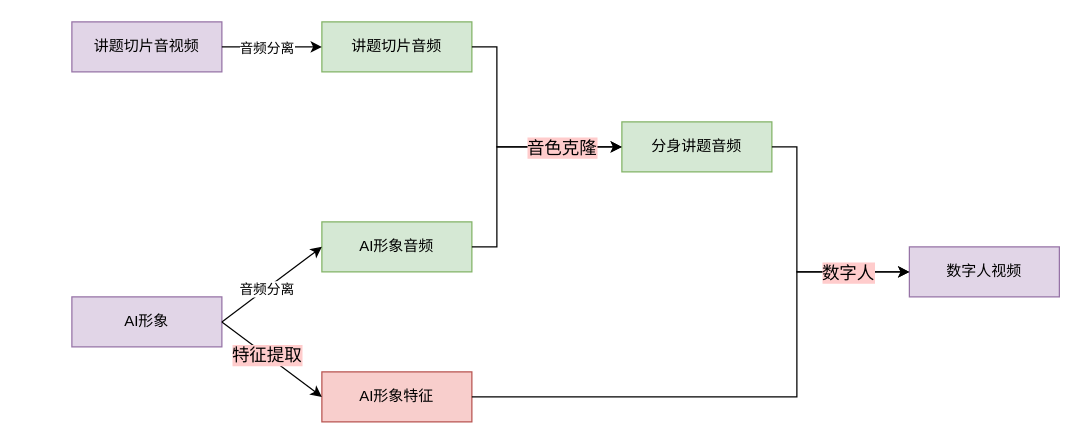
straicat/netdisk keeps this draw.io diagram as page "第 1 页" (1 of 4) of draw.io/数字人1.drawio. Above is the earlier version. Source tidied: cells renumbered, new cells numbered last; positions are measured from the earlier drawing's top-left corner, leaving out a move shared by most shapes. Both pictures are drawn from the tidied source at 125%, with x=0, y=0 at pixel (71, 21).
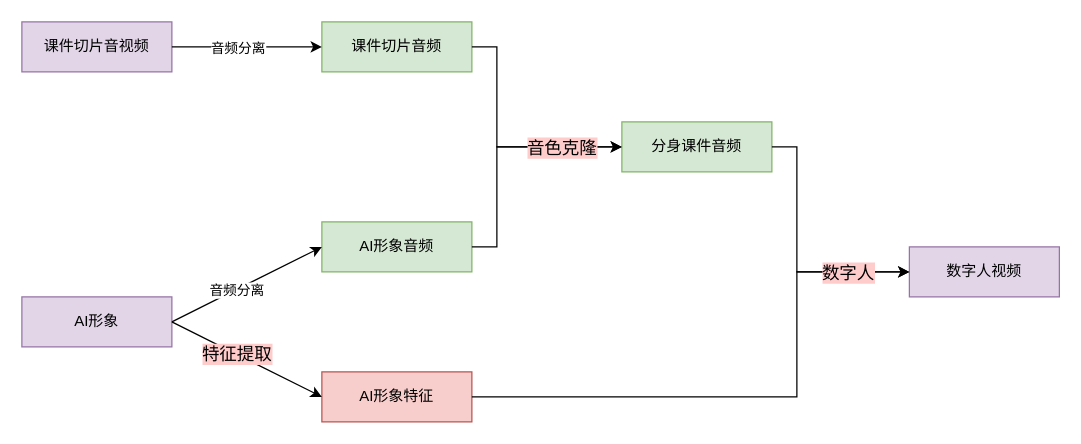
Above is the later version.

The edit, as a diff of the source:
```diff
@@
-    <mxCell id="2" value="讲题切片音视频" style="rounded=0;whiteSpace=wrap;html=1;fillColor=#e1d5e7;strokeColor=#9673a6;" parent="1" vertex="1">
-      <mxGeometry width="120" height="40" as="geometry" />
+    <mxCell id="2" value="课件切片音视频" style="rounded=0;whiteSpace=wrap;html=1;fillColor=#e1d5e7;strokeColor=#9673a6;" parent="1" vertex="1">
+      <mxGeometry x="-40" width="120" height="40" as="geometry" />
     </mxCell>
     <mxCell id="3" value="AI形象" style="rounded=0;whiteSpace=wrap;html=1;fillColor=#e1d5e7;strokeColor=#9673a6;" parent="1" vertex="1">
-      <mxGeometry y="220" width="120" height="40" as="geometry" />
+      <mxGeometry x="-40" y="220" width="120" height="40" as="geometry" />
     </mxCell>
@@
-    <mxCell id="5" value="讲题切片音频" style="rounded=0;whiteSpace=wrap;html=1;fillColor=#d5e8d4;strokeColor=#82b366;" parent="1" vertex="1">
+    <mxCell id="5" value="课件切片音频" style="rounded=0;whiteSpace=wrap;html=1;fillColor=#d5e8d4;strokeColor=#82b366;" parent="1" vertex="1">
       <mxGeometry x="200" width="120" height="40" as="geometry" />
     </mxCell>
-    <mxCell id="6" value="分身讲题音频" style="rounded=0;whiteSpace=wrap;html=1;fillColor=#d5e8d4;strokeColor=#82b366;" parent="1" vertex="1">
+    <mxCell id="6" value="分身课件音频" style="rounded=0;whiteSpace=wrap;html=1;fillColor=#d5e8d4;strokeColor=#82b366;" parent="1" vertex="1">
       <mxGeometry x="440" y="80" width="120" height="40" as="geometry" />
     </mxCell>
```
